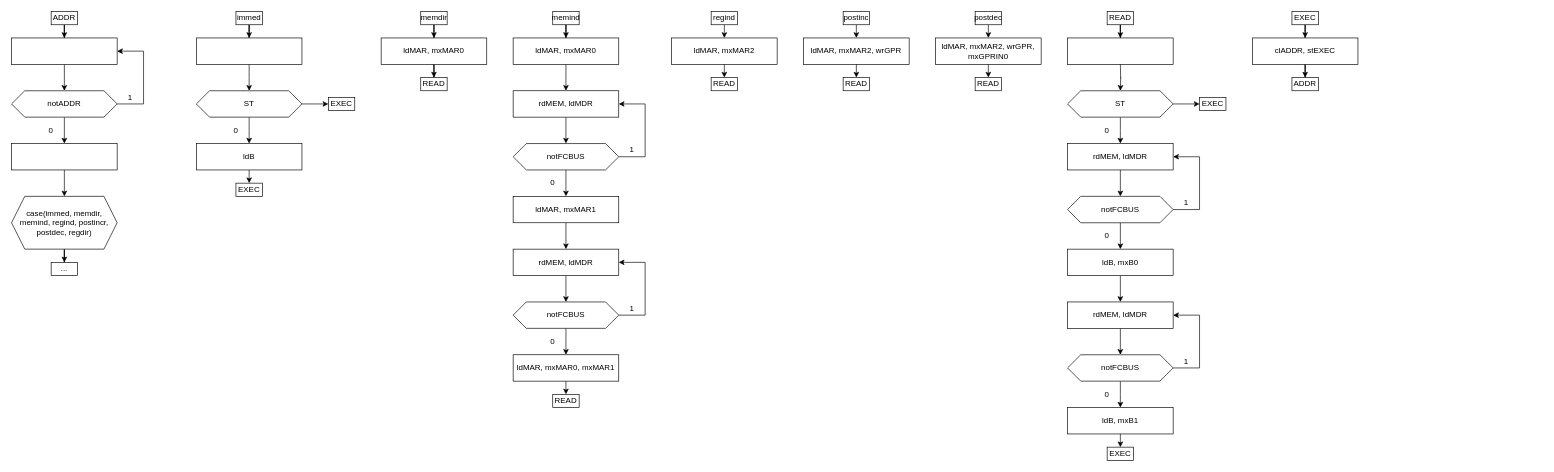
KockaAdmiralac/ORT2 keeps this draw.io diagram as page "ADDR" (2 of 4) of Dijagram.drawio. Above is the earlier version. Source tidied: cells renumbered, new cells numbered last; positions are measured from the earlier drawing's top-left corner, leaving out a move shared by most shapes. Both pictures are drawn from the tidied source at 66%, with x=0, y=0 at pixel (11, 11).
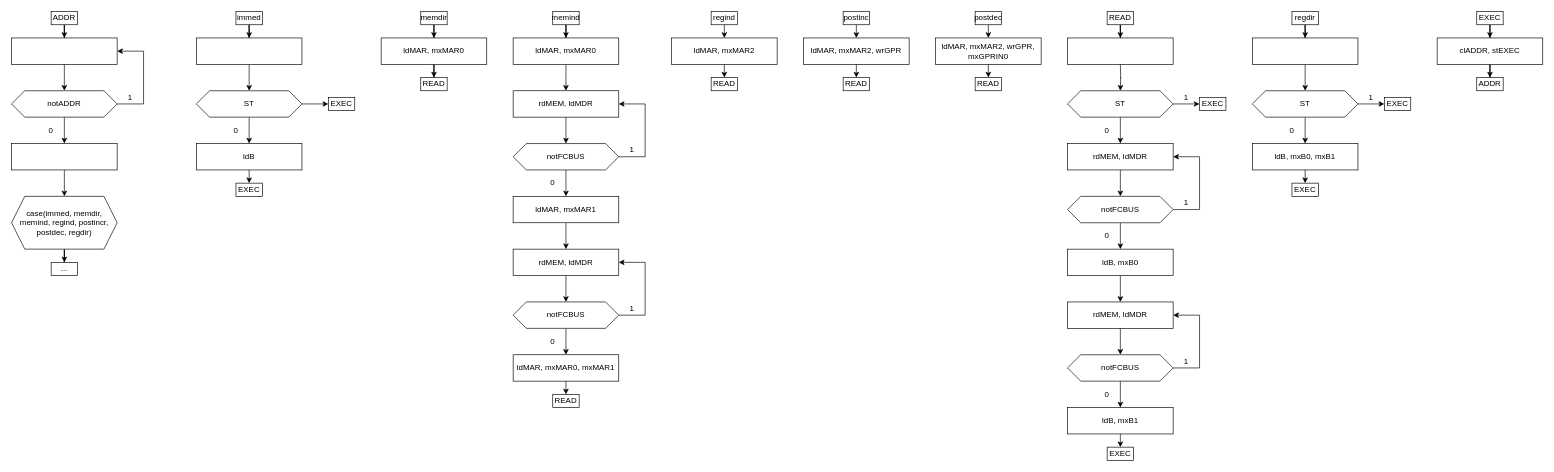
The same page after the edit.

Commit message (it also covers changes not shown here):
ADDR microcode updates.

Diff of the diagram source:
```diff
@@
     <mxCell id="100" value="EXEC" style="rounded=0;whiteSpace=wrap;html=1;" parent="1" vertex="1">
-      <mxGeometry x="1940" width="40" height="20" as="geometry" />
+      <mxGeometry x="2220" width="40" height="20" as="geometry" />
     </mxCell>
@@
     <mxCell id="102" value="clADDR, stEXEC" style="rounded=0;whiteSpace=wrap;html=1;" parent="1" vertex="1">
-      <mxGeometry x="1880" y="40" width="160" height="40" as="geometry" />
+      <mxGeometry x="2160" y="40" width="160" height="40" as="geometry" />
     </mxCell>
     <mxCell id="103" value="ADDR" style="rounded=0;whiteSpace=wrap;html=1;" parent="1" vertex="1">
-      <mxGeometry x="1940" y="100" width="40" height="20" as="geometry" />
+      <mxGeometry x="2220" y="100" width="40" height="20" as="geometry" />
     </mxCell>
+    <mxCell id="104" style="edgeStyle=orthogonalEdgeStyle;rounded=0;jettySize=auto;html=1;entryX=0.5;entryY=0;entryDx=0;entryDy=0;" parent="1" edge="1" source="105" target="107">
+      <mxGeometry relative="1" as="geometry" />
+    </mxCell>
+    <mxCell id="105" value="regdir" style="rounded=0;whiteSpace=wrap;html=1;" parent="1" vertex="1">
+      <mxGeometry x="1940" width="40" height="20" as="geometry" />
+    </mxCell>
+    <mxCell id="106" style="edgeStyle=orthogonalEdgeStyle;rounded=0;jettySize=auto;html=1;entryX=0.5;entryY=0;entryDx=0;entryDy=0;" parent="1" edge="1" source="107" target="110">
+      <mxGeometry relative="1" as="geometry" />
+    </mxCell>
+    <mxCell id="107" style="rounded=0;whiteSpace=wrap;html=1;" parent="1" vertex="1">
+      <mxGeometry x="1880" y="40" width="160" height="40" as="geometry" />
+    </mxCell>
+    <mxCell id="108" style="edgeStyle=orthogonalEdgeStyle;rounded=0;jettySize=auto;html=1;" parent="1" edge="1" source="110">
+      <mxGeometry relative="1" as="geometry">
+        <mxPoint x="2080" y="140" as="targetPoint" />
+      </mxGeometry>
+    </mxCell>
+    <mxCell id="109" style="edgeStyle=orthogonalEdgeStyle;rounded=0;jettySize=auto;html=1;" parent="1" edge="1" source="110">
+      <mxGeometry relative="1" as="geometry">
+        <mxPoint x="1960" y="200" as="targetPoint" />
+      </mxGeometry>
+    </mxCell>
+    <mxCell id="110" value="ST" style="shape=hexagon;perimeter=hexagonPerimeter2;whiteSpace=wrap;html=1;fixedSize=1;" parent="1" vertex="1">
+      <mxGeometry x="1880" y="120" width="160" height="40" as="geometry" />
+    </mxCell>
+    <mxCell id="111" value="EXEC" style="rounded=0;whiteSpace=wrap;html=1;" parent="1" vertex="1">
+      <mxGeometry x="2080" y="130" width="40" height="20" as="geometry" />
+    </mxCell>
+    <mxCell id="112" value="0" style="text;html=1;strokeColor=none;fillColor=none;align=center;verticalAlign=middle;whiteSpace=wrap;rounded=0;" parent="1" vertex="1">
+      <mxGeometry x="1920" y="170" width="40" height="20" as="geometry" />
+    </mxCell>
+    <mxCell id="113" value="1" style="text;html=1;strokeColor=none;fillColor=none;align=center;verticalAlign=middle;whiteSpace=wrap;rounded=0;" parent="1" vertex="1">
+      <mxGeometry x="1760" y="120" width="40" height="20" as="geometry" />
+    </mxCell>
+    <mxCell id="114" value="1" style="text;html=1;strokeColor=none;fillColor=none;align=center;verticalAlign=middle;whiteSpace=wrap;rounded=0;" parent="1" vertex="1">
+      <mxGeometry x="2040" y="120" width="40" height="20" as="geometry" />
+    </mxCell>
+    <mxCell id="115" value="ldB, mxB0, mxB1" style="rounded=0;whiteSpace=wrap;html=1;" parent="1" vertex="1">
+      <mxGeometry x="1880" y="200" width="160" height="40" as="geometry" />
+    </mxCell>
+    <mxCell id="116" style="edgeStyle=orthogonalEdgeStyle;rounded=0;orthogonalLoop=1;jettySize=auto;html=1;" parent="1" edge="1">
+      <mxGeometry relative="1" as="geometry">
+        <mxPoint x="1960" y="240" as="sourcePoint" />
+        <mxPoint x="1960" y="260" as="targetPoint" />
+      </mxGeometry>
+    </mxCell>
+    <mxCell id="117" value="EXEC" style="rounded=0;whiteSpace=wrap;html=1;" parent="1" vertex="1">
+      <mxGeometry x="1940" y="260" width="40" height="20" as="geometry" />
+    </mxCell>
```
